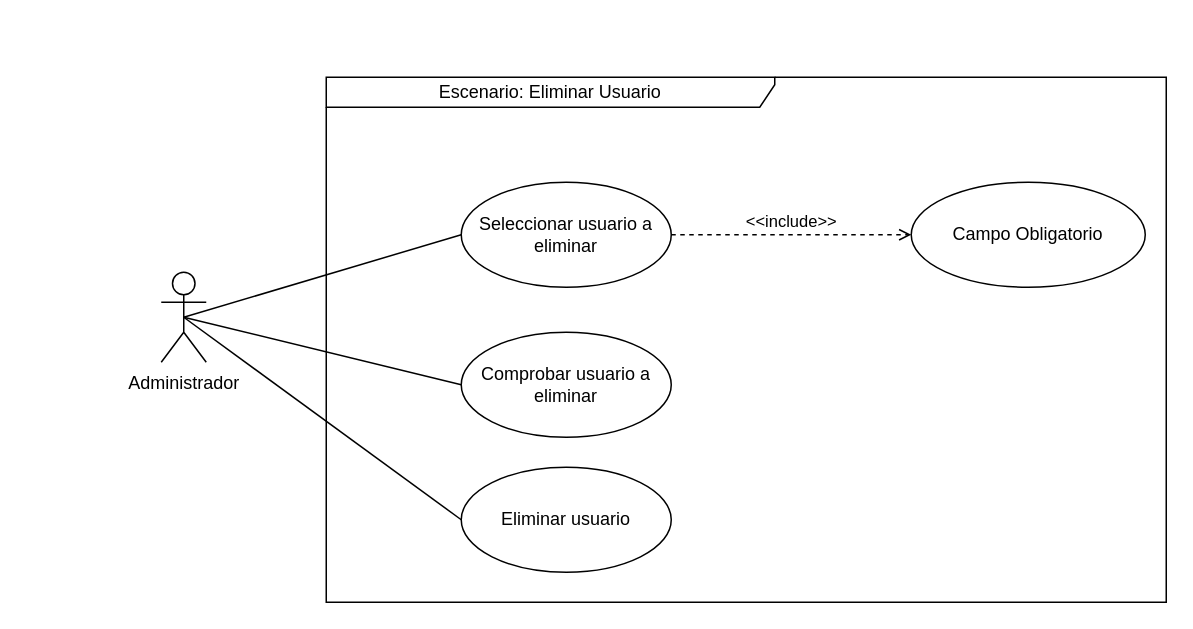
Earlier version of the draw.io diagram page "Eliminar usuarios" (7 of 16) of documentacion/Untitled Diagram.drawio (nicasop/PROYECTO_INTEGRADOR_P58). Source tidied: cells renumbered, new cells numbered last; positions are measured from the earlier drawing's top-left corner, leaving out a move shared by most shapes. Both pictures are drawn from the tidied source at 150%, with x=0, y=0 at pixel (160, 76).
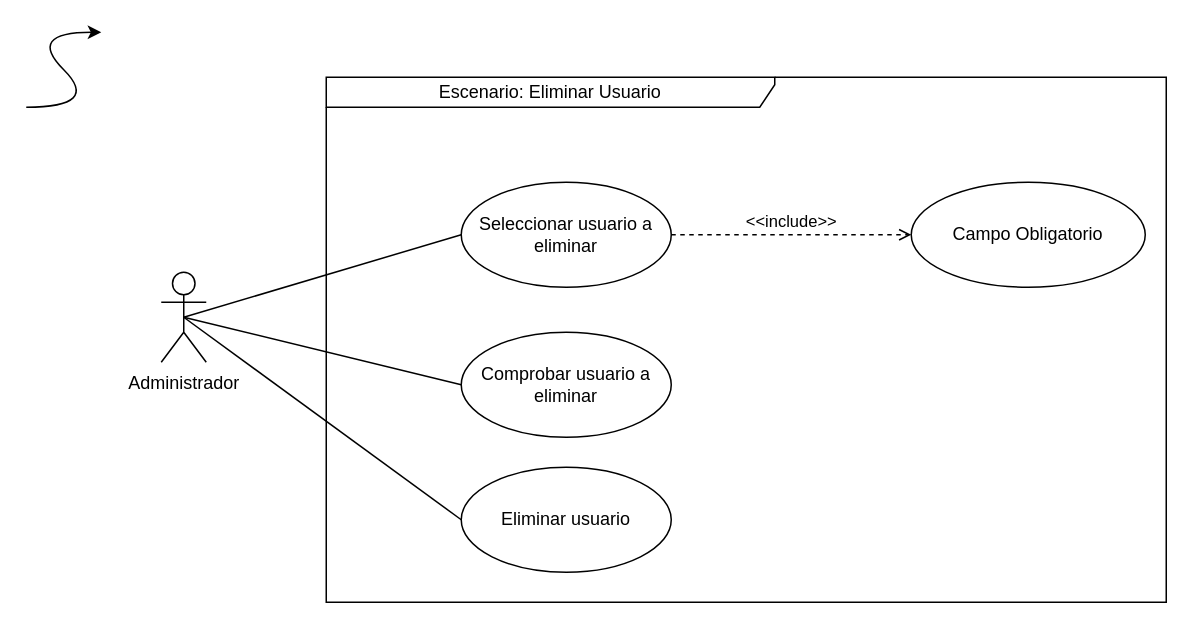
Above is the later version.

What changed in the source:
```diff
@@
 <mxGraphModel>
   <root>
     <mxCell id="0" />
     <mxCell id="1" parent="0" />
     <mxCell id="2" value="Escenario: Eliminar Usuario" style="shape=umlFrame;whiteSpace=wrap;html=1;width=299;height=20;" parent="1" vertex="1">
       <mxGeometry x="110" width="560" height="350" as="geometry" />
     </mxCell>
     <mxCell id="3" value="Administrador" style="shape=umlActor;verticalLabelPosition=bottom;verticalAlign=top;html=1;" parent="1" vertex="1">
       <mxGeometry y="130" width="30" height="60" as="geometry" />
     </mxCell>
     <mxCell id="4" value="Seleccionar usuario a eliminar" style="ellipse;whiteSpace=wrap;html=1;" parent="1" vertex="1">
       <mxGeometry x="200" y="70" width="140" height="70" as="geometry" />
     </mxCell>
     <mxCell id="5" value="Comprobar usuario a eliminar" style="ellipse;whiteSpace=wrap;html=1;" parent="1" vertex="1">
       <mxGeometry x="200" y="170" width="140" height="70" as="geometry" />
     </mxCell>
     <mxCell id="6" value="Campo Obligatorio" style="ellipse;whiteSpace=wrap;html=1;" parent="1" vertex="1">
       <mxGeometry x="500" y="70" width="156" height="70" as="geometry" />
     </mxCell>
     <mxCell id="7" style="endArrow=none;html=1;exitX=0.5;exitY=0.5;exitDx=0;exitDy=0;exitPerimeter=0;entryX=0;entryY=0.5;entryDx=0;entryDy=0;" parent="1" edge="1" source="3" target="4">
       <mxGeometry relative="1" as="geometry" />
     </mxCell>
     <mxCell id="8" style="endArrow=none;html=1;exitX=0.5;exitY=0.5;exitDx=0;exitDy=0;exitPerimeter=0;entryX=0;entryY=0.5;entryDx=0;entryDy=0;" parent="1" edge="1" source="3" target="5">
       <mxGeometry relative="1" as="geometry" />
     </mxCell>
     <mxCell id="9" value="&amp;lt;&amp;lt;include&amp;gt;&amp;gt;" style="html=1;verticalAlign=bottom;labelBackgroundColor=none;endArrow=open;endFill=0;dashed=1;exitX=1;exitY=0.5;exitDx=0;exitDy=0;" parent="1" edge="1" source="4">
       <mxGeometry relative="1" as="geometry">
         <mxPoint x="500" y="105" as="targetPoint" />
       </mxGeometry>
     </mxCell>
     <mxCell id="10" value="Eliminar usuario" style="ellipse;whiteSpace=wrap;html=1;" parent="1" vertex="1">
       <mxGeometry x="200" y="260" width="140" height="70" as="geometry" />
     </mxCell>
     <mxCell id="11" style="endArrow=none;html=1;exitX=0.5;exitY=0.5;exitDx=0;exitDy=0;exitPerimeter=0;entryX=0;entryY=0.5;entryDx=0;entryDy=0;" parent="1" edge="1" source="3" target="10">
       <mxGeometry relative="1" as="geometry" />
     </mxCell>
+    <mxCell id="12" style="curved=1;endArrow=classic;html=1;" parent="1" edge="1">
+      <mxGeometry relative="1" as="geometry">
+        <mxPoint x="-90" y="20" as="sourcePoint" />
+        <mxPoint x="-40" y="-30" as="targetPoint" />
+        <Array as="points">
+          <mxPoint x="-40" y="20" />
+          <mxPoint x="-90" y="-30" />
+        </Array>
+      </mxGeometry>
+    </mxCell>
   </root>
 </mxGraphModel>
```
